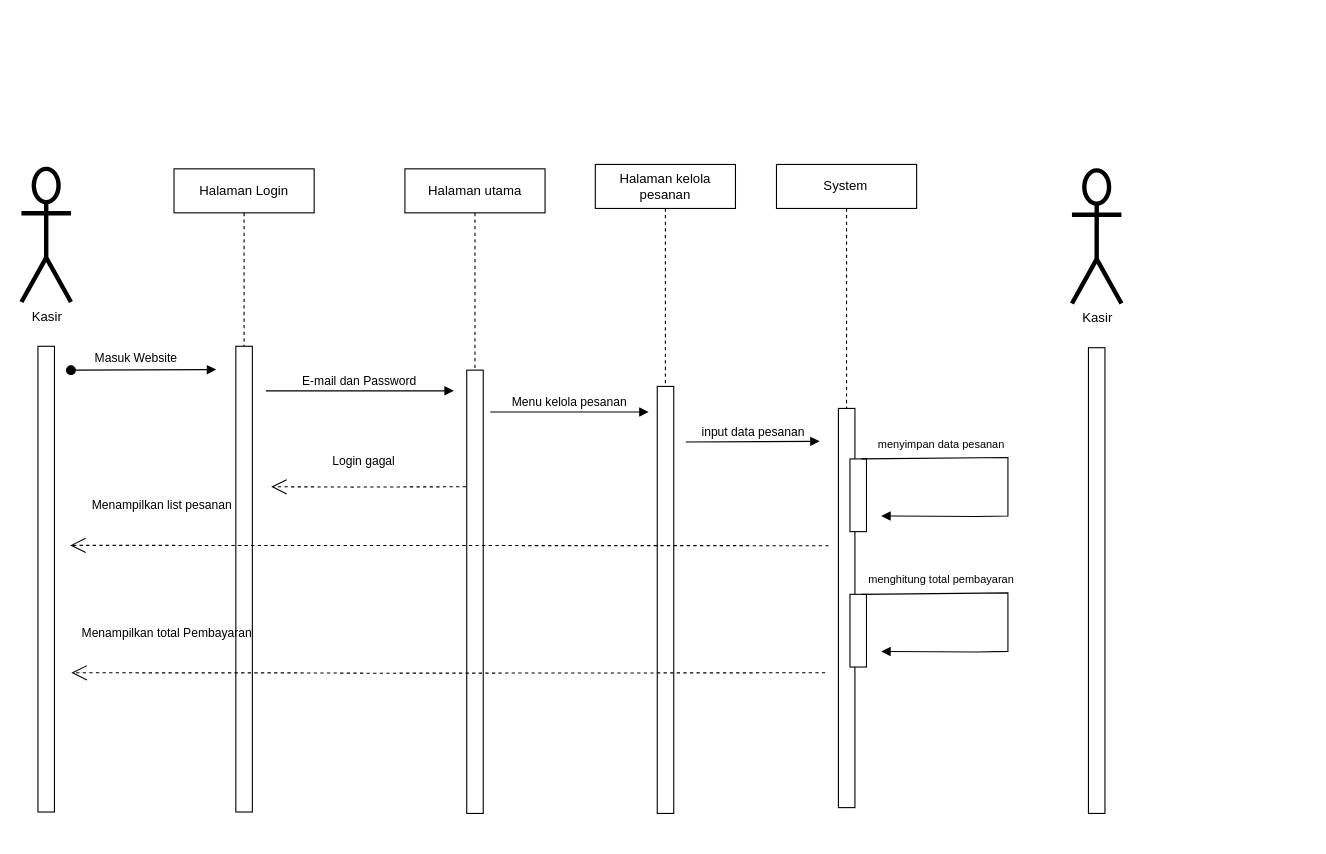
The draw.io diagram page "SEQUENCE DIAGRAM" (4 of 8) of ALL UML.drawio in K35x/si_siblings_uml, before the edit. Source tidied: cells renumbered, new cells numbered last; positions are measured from the earlier drawing's top-left corner, leaving out a move shared by most shapes. Both pictures are drawn from the tidied source at 110%, with x=0, y=0 at pixel (21, 164).
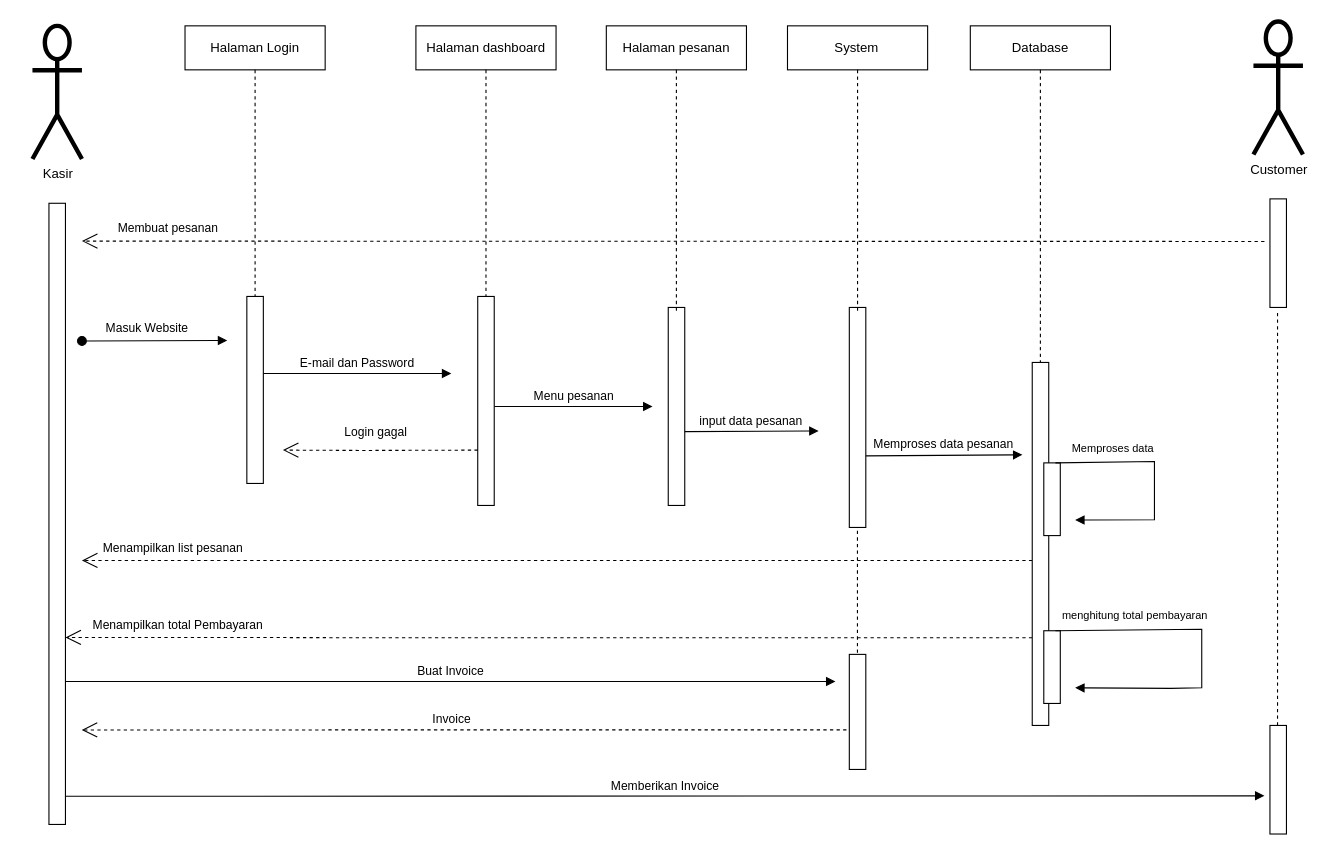
The same page after the edit.

Change to the diagram source:
```diff
@@
-    <mxCell id="2" style="group;" parent="1" vertex="1">
-      <mxGeometry width="1000" height="590" as="geometry" />
-    </mxCell>
-    <mxCell id="3" value="Menu kelola pesanan" style="html=1;verticalAlign=bottom;endArrow=block;curved=0;rounded=0;fontStyle=0;" parent="2" edge="1">
+    <mxCell id="3" value="Menu pesanan" style="html=1;verticalAlign=bottom;endArrow=block;curved=0;rounded=0;fontStyle=0;" parent="1" edge="1">
       <mxGeometry relative="1" as="geometry">
-        <mxPoint x="426.2" y="225.1" as="sourcePoint" />
-        <mxPoint x="570.2" y="225.1" as="targetPoint" />
+        <mxPoint x="429.8" y="220" as="sourcePoint" />
+        <mxPoint x="573.7" y="220" as="targetPoint" />
       </mxGeometry>
     </mxCell>
-    <mxCell id="4" style="html=1;perimeter=orthogonalPerimeter;targetShapes=umlLifeline;newEdgeStyle={&quot;curved&quot;:0,&quot;rounded&quot;:0};fontStyle=0;" parent="2" vertex="1">
-      <mxGeometry x="194.9" y="165.3" width="15" height="423.4" as="geometry" />
+    <mxCell id="4" style="html=1;perimeter=orthogonalPerimeter;targetShapes=umlLifeline;newEdgeStyle={&quot;curved&quot;:0,&quot;rounded&quot;:0};fontStyle=0;" parent="1" vertex="1">
+      <mxGeometry x="204.9" y="120" width="15" height="170" as="geometry" />
     </mxCell>
-    <mxCell id="5" value="Masuk Website" style="html=1;verticalAlign=bottom;startArrow=oval;endArrow=block;startSize=8;curved=0;rounded=0;fontStyle=0;" parent="2" edge="1">
+    <mxCell id="5" value="Masuk Website" style="html=1;verticalAlign=bottom;startArrow=oval;endArrow=block;startSize=8;curved=0;rounded=0;fontStyle=0;" parent="1" edge="1">
       <mxGeometry x="-0.11" y="2" relative="1" as="geometry">
-        <mxPoint x="45" y="187" as="sourcePoint" />
-        <mxPoint x="177.1" y="186.5" as="targetPoint" />
+        <mxPoint x="55" y="160.5" as="sourcePoint" />
+        <mxPoint x="187.1" y="160" as="targetPoint" />
       </mxGeometry>
     </mxCell>
-    <mxCell id="6" value="Kasir" style="shape=umlActor;verticalLabelPosition=bottom;verticalAlign=top;html=1;strokeWidth=4;fontStyle=0;" parent="2" vertex="1">
-      <mxGeometry y="4" width="45" height="121" as="geometry" />
+    <mxCell id="6" value="Kasir" style="shape=umlActor;verticalLabelPosition=bottom;verticalAlign=top;html=1;strokeWidth=4;fontStyle=0;" parent="1" vertex="1">
+      <mxGeometry x="10" y="-126" width="45" height="121" as="geometry" />
     </mxCell>
-    <mxCell id="7" value="E-mail dan Password" style="html=1;verticalAlign=bottom;endArrow=block;curved=0;rounded=0;fontStyle=0;" parent="2" edge="1">
+    <mxCell id="7" value="E-mail dan Password" style="html=1;verticalAlign=bottom;endArrow=block;curved=0;rounded=0;fontStyle=0;" parent="1" edge="1">
       <mxGeometry relative="1" as="geometry">
-        <mxPoint x="222.2" y="205.8" as="sourcePoint" />
-        <mxPoint x="393.1" y="205.8" as="targetPoint" />
+        <mxPoint x="219.9" y="190" as="sourcePoint" />
+        <mxPoint x="390.8" y="190" as="targetPoint" />
       </mxGeometry>
     </mxCell>
-    <mxCell id="8" style="html=1;perimeter=orthogonalPerimeter;targetShapes=umlLifeline;newEdgeStyle={&quot;curved&quot;:0,&quot;rounded&quot;:0};fontStyle=0;" parent="2" vertex="1">
-      <mxGeometry x="404.8" y="187" width="15" height="403" as="geometry" />
+    <mxCell id="8" style="html=1;perimeter=orthogonalPerimeter;targetShapes=umlLifeline;newEdgeStyle={&quot;curved&quot;:0,&quot;rounded&quot;:0};fontStyle=0;" parent="1" vertex="1">
+      <mxGeometry x="414.8" y="120" width="15" height="190" as="geometry" />
     </mxCell>
-    <mxCell id="9" value="Halaman Login" style="shape=umlLifeline;perimeter=lifelinePerimeter;whiteSpace=wrap;html=1;newEdgeStyle={&quot;curved&quot;:0,&quot;rounded&quot;:0};fontStyle=0;" parent="2" vertex="1">
-      <mxGeometry x="138.7" y="4" width="127.4" height="161.3" as="geometry" />
+    <mxCell id="9" value="Halaman Login" style="shape=umlLifeline;perimeter=lifelinePerimeter;whiteSpace=wrap;html=1;newEdgeStyle={&quot;curved&quot;:0,&quot;rounded&quot;:0};fontStyle=0;" parent="1" vertex="1">
+      <mxGeometry x="148.7" y="-126" width="127.4" height="246" as="geometry" />
     </mxCell>
-    <mxCell id="10" value="Halaman utama" style="shape=umlLifeline;perimeter=lifelinePerimeter;whiteSpace=wrap;html=1;newEdgeStyle={&quot;curved&quot;:0,&quot;rounded&quot;:0};fontStyle=0;" parent="2" vertex="1">
-      <mxGeometry x="348.6" y="4" width="127.4" height="182.4" as="geometry" />
+    <mxCell id="10" value="Halaman dashboard" style="shape=umlLifeline;perimeter=lifelinePerimeter;whiteSpace=wrap;html=1;newEdgeStyle={&quot;curved&quot;:0,&quot;rounded&quot;:0};fontStyle=0;" parent="1" vertex="1">
+      <mxGeometry x="358.6" y="-126" width="127.4" height="246" as="geometry" />
     </mxCell>
-    <mxCell id="11" style="html=1;perimeter=orthogonalPerimeter;targetShapes=umlLifeline;newEdgeStyle={&quot;curved&quot;:0,&quot;rounded&quot;:0};fontStyle=0;" parent="2" vertex="1">
-      <mxGeometry x="578" y="201.8" width="15" height="388.2" as="geometry" />
+    <mxCell id="11" style="html=1;perimeter=orthogonalPerimeter;targetShapes=umlLifeline;newEdgeStyle={&quot;curved&quot;:0,&quot;rounded&quot;:0};fontStyle=0;" parent="1" vertex="1">
+      <mxGeometry x="588" y="130" width="15" height="180" as="geometry" />
     </mxCell>
-    <mxCell id="12" value="Halaman kelola pesanan" style="shape=umlLifeline;perimeter=lifelinePerimeter;whiteSpace=wrap;html=1;newEdgeStyle={&quot;curved&quot;:0,&quot;rounded&quot;:0};fontStyle=0;" parent="2" vertex="1">
-      <mxGeometry x="521.7" width="127.4" height="199.8" as="geometry" />
+    <mxCell id="12" value="Halaman pesanan" style="shape=umlLifeline;perimeter=lifelinePerimeter;whiteSpace=wrap;html=1;newEdgeStyle={&quot;curved&quot;:0,&quot;rounded&quot;:0};fontStyle=0;" parent="1" vertex="1">
+      <mxGeometry x="531.7" y="-126" width="127.4" height="260" as="geometry" />
     </mxCell>
-    <mxCell id="13" style="endArrow=open;endFill=1;endSize=12;html=1;rounded=0;dashed=1;fontStyle=0;exitX=0.323;exitY=0.641;exitDx=0;exitDy=0;exitPerimeter=0;" parent="2" edge="1">
-      <mxGeometry relative="1" as="geometry">
-        <mxPoint x="404.1" y="293" as="sourcePoint" />
-        <mxPoint x="227" y="293" as="targetPoint" />
-        <Array as="points">
-          <mxPoint x="301" y="293.3" />
-        </Array>
-      </mxGeometry>
-    </mxCell>
-    <mxCell id="14" value="Login gagal" style="text;strokeColor=none;fillColor=none;align=left;verticalAlign=top;spacingLeft=4;spacingRight=4;overflow=hidden;whiteSpace=wrap;html=1;fontStyle=0;fontSize=11;" parent="2" vertex="1">
-      <mxGeometry x="276.8" y="257" width="88.6" height="34.6" as="geometry" />
-    </mxCell>
-    <mxCell id="15" style="html=1;points=[[0,0,0,0,5],[0,1,0,0,-5],[1,0,0,0,5],[1,1,0,0,-5]];perimeter=orthogonalPerimeter;outlineConnect=0;targetShapes=umlLifeline;portConstraint=eastwest;newEdgeStyle={&quot;curved&quot;:0,&quot;rounded&quot;:0};fontStyle=0;" parent="2" vertex="1">
-      <mxGeometry x="742.7" y="221.8" width="15" height="362.9" as="geometry" />
+    <mxCell id="15" style="html=1;points=[[0,0,0,0,5],[0,1,0,0,-5],[1,0,0,0,5],[1,1,0,0,-5]];perimeter=orthogonalPerimeter;outlineConnect=0;targetShapes=umlLifeline;portConstraint=eastwest;newEdgeStyle={&quot;curved&quot;:0,&quot;rounded&quot;:0};fontStyle=0;" parent="1" vertex="1">
+      <mxGeometry x="752.6" y="130" width="15" height="200" as="geometry" />
     </mxCell>
-    <mxCell id="16" value="System" style="shape=umlLifeline;perimeter=lifelinePerimeter;whiteSpace=wrap;html=1;newEdgeStyle={&quot;curved&quot;:0,&quot;rounded&quot;:0};fontStyle=0;" parent="2" vertex="1">
-      <mxGeometry x="686.4" width="127.4" height="221.8" as="geometry" />
+    <mxCell id="16" value="System" style="shape=umlLifeline;perimeter=lifelinePerimeter;whiteSpace=wrap;html=1;newEdgeStyle={&quot;curved&quot;:0,&quot;rounded&quot;:0};fontStyle=0;" parent="1" vertex="1">
+      <mxGeometry x="696.4" y="-126" width="127.4" height="260" as="geometry" />
     </mxCell>
-    <mxCell id="17" value="input data pesanan" style="html=1;verticalAlign=bottom;endArrow=block;curved=0;rounded=0;fontStyle=0;" parent="2" edge="1">
-      <mxGeometry relative="1" as="geometry">
-        <mxPoint x="603.9" y="252.3" as="sourcePoint" />
-        <mxPoint x="725.7" y="251.7" as="targetPoint" />
+    <mxCell id="17" value="input data pesanan" style="html=1;verticalAlign=bottom;endArrow=block;curved=0;rounded=0;fontStyle=0;" parent="1" edge="1">
+      <mxGeometry x="-0.01" y="1" relative="1" as="geometry">
+        <mxPoint x="603" y="242.9" as="sourcePoint" />
+        <mxPoint x="724.7" y="242.3" as="targetPoint" />
       </mxGeometry>
     </mxCell>
-    <mxCell id="18" style="endArrow=open;endFill=1;endSize=12;html=1;rounded=0;dashed=1;fontStyle=0;" parent="2" edge="1">
+    <mxCell id="18" style="endArrow=open;endFill=1;endSize=12;html=1;rounded=0;dashed=1;fontStyle=0;" parent="1" edge="1" source="32">
       <mxGeometry relative="1" as="geometry">
-        <mxPoint x="730.7" y="462.1" as="sourcePoint" />
-        <mxPoint x="45.4" y="462.1" as="targetPoint" />
+        <mxPoint x="40" y="430" as="targetPoint" />
         <Array as="points">
-          <mxPoint x="317.2" y="462.5" />
-          <mxPoint x="244.3" y="462.2" />
-          <mxPoint x="144.6" y="462.2" />
+          <mxPoint x="311.8" y="430.3" />
+          <mxPoint x="238.9" y="430.1" />
+          <mxPoint x="139.2" y="430.1" />
         </Array>
       </mxGeometry>
     </mxCell>
-    <mxCell id="19" value="Menampilkan total Pembayaran" style="text;strokeColor=none;fillColor=none;align=center;verticalAlign=top;spacingLeft=4;spacingRight=4;overflow=hidden;whiteSpace=wrap;html=1;fontStyle=0;fontSize=11;" parent="2" vertex="1">
-      <mxGeometry x="50.5" y="413.4" width="165.4" height="39.4" as="geometry" />
+    <mxCell id="19" value="Menampilkan total Pembayaran" style="text;strokeColor=none;fillColor=none;align=center;verticalAlign=top;spacingLeft=4;spacingRight=4;overflow=hidden;whiteSpace=wrap;html=1;fontStyle=0;fontSize=11;" parent="1" vertex="1">
+      <mxGeometry x="60" y="406" width="165.4" height="39.4" as="geometry" />
     </mxCell>
-    <mxCell id="20" style="html=1;perimeter=orthogonalPerimeter;targetShapes=umlLifeline;newEdgeStyle={&quot;curved&quot;:0,&quot;rounded&quot;:0};fontStyle=0;" parent="2" vertex="1">
-      <mxGeometry x="15" y="165.3" width="15" height="423.4" as="geometry" />
+    <mxCell id="20" style="html=1;perimeter=orthogonalPerimeter;targetShapes=umlLifeline;newEdgeStyle={&quot;curved&quot;:0,&quot;rounded&quot;:0};fontStyle=0;" parent="1" vertex="1">
+      <mxGeometry x="25" y="35.3" width="15" height="564.7" as="geometry" />
     </mxCell>
-    <mxCell id="21" style="html=1;perimeter=orthogonalPerimeter;targetShapes=umlLifeline;newEdgeStyle={&quot;curved&quot;:0,&quot;rounded&quot;:0};fontStyle=0;" parent="2" vertex="1">
-      <mxGeometry x="753.2" y="267.7" width="15" height="66.1" as="geometry" />
-    </mxCell>
-    <mxCell id="22" value="menyimpan data pesanan" style="html=1;verticalAlign=bottom;endArrow=block;curved=0;rounded=0;fontSize=10;fontStyle=0;" parent="2" edge="1">
-      <mxGeometry x="-0.52" y="4" relative="1" as="geometry">
-        <mxPoint x="763.8" y="267.7" as="sourcePoint" />
-        <mxPoint x="781.6" y="319.6" as="targetPoint" />
-        <Array as="points">
-          <mxPoint x="896.8" y="266.4" />
-          <mxPoint x="896.8" y="293" />
-          <mxPoint x="896.8" y="319.6" />
-          <mxPoint x="868.7" y="320.1" />
-        </Array>
-      </mxGeometry>
-    </mxCell>
-    <mxCell id="23" style="endArrow=open;endFill=1;endSize=12;html=1;rounded=0;dashed=1;fontStyle=0;" parent="2" edge="1">
+    <mxCell id="23" style="endArrow=open;endFill=1;endSize=12;html=1;rounded=0;dashed=1;fontStyle=0;" parent="1" edge="1" source="32">
       <mxGeometry relative="1" as="geometry">
-        <mxPoint x="733.8" y="346.6" as="sourcePoint" />
-        <mxPoint x="44.3" y="346.3" as="targetPoint" />
+        <mxPoint x="55" y="360" as="targetPoint" />
       </mxGeometry>
     </mxCell>
-    <mxCell id="24" value="Menampilkan list pesanan&amp;nbsp;" style="text;strokeColor=none;fillColor=none;align=center;verticalAlign=top;spacingLeft=4;spacingRight=4;overflow=hidden;whiteSpace=wrap;html=1;fontStyle=0;fontSize=11;" parent="2" vertex="1">
-      <mxGeometry x="58.3" y="297" width="143.2" height="39.4" as="geometry" />
+    <mxCell id="24" value="Menampilkan list pesanan&amp;nbsp;" style="text;strokeColor=none;fillColor=none;align=center;verticalAlign=top;spacingLeft=4;spacingRight=4;overflow=hidden;whiteSpace=wrap;html=1;fontStyle=0;fontSize=11;" parent="1" vertex="1">
+      <mxGeometry x="68" y="335.9" width="143.2" height="39.4" as="geometry" />
     </mxCell>
-    <mxCell id="25" style="html=1;perimeter=orthogonalPerimeter;targetShapes=umlLifeline;newEdgeStyle={&quot;curved&quot;:0,&quot;rounded&quot;:0};fontStyle=0;" parent="2" vertex="1">
-      <mxGeometry x="753.2" y="390.8" width="15" height="66.1" as="geometry" />
-    </mxCell>
-    <mxCell id="26" value="menghitung total pembayaran" style="html=1;verticalAlign=bottom;endArrow=block;curved=0;rounded=0;fontSize=10;fontStyle=0;" parent="2" edge="1">
-      <mxGeometry x="-0.52" y="4" relative="1" as="geometry">
-        <mxPoint x="763.8" y="390.8" as="sourcePoint" />
-        <mxPoint x="781.6" y="442.7" as="targetPoint" />
-        <Array as="points">
-          <mxPoint x="896.8" y="389.5" />
-          <mxPoint x="896.8" y="416.1" />
-          <mxPoint x="896.8" y="442.7" />
-          <mxPoint x="868.7" y="443.2" />
-        </Array>
-      </mxGeometry>
-    </mxCell>
-    <mxCell id="27" value="Kasir" style="shape=umlActor;verticalLabelPosition=bottom;verticalAlign=top;html=1;strokeWidth=4;fontStyle=0;" parent="2" vertex="1">
-      <mxGeometry x="955" y="5.4" width="45" height="121" as="geometry" />
+    <mxCell id="27" value="Customer" style="shape=umlActor;verticalLabelPosition=bottom;verticalAlign=top;html=1;strokeWidth=4;fontStyle=0;labelPosition=center;align=center;" parent="1" vertex="1">
+      <mxGeometry x="1120" y="-130" width="45" height="121" as="geometry" />
     </mxCell>
-    <mxCell id="28" style="html=1;perimeter=orthogonalPerimeter;targetShapes=umlLifeline;newEdgeStyle={&quot;curved&quot;:0,&quot;rounded&quot;:0};fontStyle=0;" parent="2" vertex="1">
-      <mxGeometry x="970" y="166.6" width="15" height="423.4" as="geometry" />
+    <mxCell id="28" style="html=1;perimeter=orthogonalPerimeter;targetShapes=umlLifeline;newEdgeStyle={&quot;curved&quot;:0,&quot;rounded&quot;:0};fontStyle=0;" parent="1" vertex="1">
+      <mxGeometry x="1135" y="31.3" width="15" height="98.7" as="geometry" />
     </mxCell>
+    <mxCell id="29" style="group;" parent="1" vertex="1">
+      <mxGeometry x="237.7" y="229.7" width="177.1" height="34.6" as="geometry" />
+    </mxCell>
+    <mxCell id="13" style="endArrow=open;endFill=1;endSize=12;html=1;rounded=0;dashed=1;fontStyle=0;exitX=0.323;exitY=0.641;exitDx=0;exitDy=0;exitPerimeter=0;" parent="29" edge="1">
+      <mxGeometry relative="1" as="geometry">
+        <mxPoint x="177.1" y="30" as="sourcePoint" />
+        <mxPoint y="30" as="targetPoint" />
+        <Array as="points">
+          <mxPoint x="74" y="30.3" />
+        </Array>
+      </mxGeometry>
+    </mxCell>
+    <mxCell id="14" value="Login gagal" style="text;strokeColor=none;fillColor=none;align=left;verticalAlign=top;spacingLeft=4;spacingRight=4;overflow=hidden;whiteSpace=wrap;html=1;fontStyle=0;fontSize=11;" parent="29" vertex="1">
+      <mxGeometry x="49.8" width="88.6" height="34.6" as="geometry" />
+    </mxCell>
+    <mxCell id="30" style="endArrow=open;endFill=1;endSize=12;html=1;rounded=0;dashed=1;fontStyle=0;" parent="1" edge="1">
+      <mxGeometry relative="1" as="geometry">
+        <mxPoint x="1130" y="70" as="sourcePoint" />
+        <mxPoint x="55" y="69.7" as="targetPoint" />
+      </mxGeometry>
+    </mxCell>
+    <mxCell id="31" value="Membuat pesanan" style="text;strokeColor=none;fillColor=none;align=center;verticalAlign=top;spacingLeft=4;spacingRight=4;overflow=hidden;whiteSpace=wrap;html=1;fontStyle=0;fontSize=11;" parent="1" vertex="1">
+      <mxGeometry x="61.7" y="45" width="143.2" height="39.4" as="geometry" />
+    </mxCell>
+    <mxCell id="32" style="html=1;points=[[0,0,0,0,5],[0,1,0,0,-5],[1,0,0,0,5],[1,1,0,0,-5]];perimeter=orthogonalPerimeter;outlineConnect=0;targetShapes=umlLifeline;portConstraint=eastwest;newEdgeStyle={&quot;curved&quot;:0,&quot;rounded&quot;:0};fontStyle=0;" parent="1" vertex="1">
+      <mxGeometry x="918.9" y="180" width="15" height="330" as="geometry" />
+    </mxCell>
+    <mxCell id="33" value="Database" style="shape=umlLifeline;perimeter=lifelinePerimeter;whiteSpace=wrap;html=1;newEdgeStyle={&quot;curved&quot;:0,&quot;rounded&quot;:0};fontStyle=0;" parent="1" vertex="1">
+      <mxGeometry x="862.6" y="-126" width="127.4" height="306" as="geometry" />
+    </mxCell>
+    <mxCell id="34" style="html=1;perimeter=orthogonalPerimeter;targetShapes=umlLifeline;newEdgeStyle={&quot;curved&quot;:0,&quot;rounded&quot;:0};fontStyle=0;" parent="1" vertex="1">
+      <mxGeometry x="929.4" y="271.3" width="15" height="66.1" as="geometry" />
+    </mxCell>
+    <mxCell id="35" value="Memproses data" style="html=1;verticalAlign=bottom;endArrow=block;curved=0;rounded=0;fontSize=10;fontStyle=0;" parent="1" edge="1">
+      <mxGeometry x="-0.52" y="4" relative="1" as="geometry">
+        <mxPoint x="940" y="271.3" as="sourcePoint" />
+        <mxPoint x="957.9" y="323.3" as="targetPoint" />
+        <Array as="points">
+          <mxPoint x="1030" y="270" />
+          <mxPoint x="1030" y="323" />
+        </Array>
+      </mxGeometry>
+    </mxCell>
+    <mxCell id="36" style="html=1;perimeter=orthogonalPerimeter;targetShapes=umlLifeline;newEdgeStyle={&quot;curved&quot;:0,&quot;rounded&quot;:0};fontStyle=0;" parent="1" vertex="1">
+      <mxGeometry x="929.4" y="423.9" width="15" height="66.1" as="geometry" />
+    </mxCell>
+    <mxCell id="26" value="menghitung total pembayaran" style="html=1;verticalAlign=bottom;endArrow=block;curved=0;rounded=0;fontSize=10;fontStyle=0;" parent="1" edge="1">
+      <mxGeometry x="-0.52" y="4" relative="1" as="geometry">
+        <mxPoint x="940" y="423.9" as="sourcePoint" />
+        <mxPoint x="957.9" y="475.8" as="targetPoint" />
+        <Array as="points">
+          <mxPoint x="1073" y="422.6" />
+          <mxPoint x="1073" y="449.2" />
+          <mxPoint x="1073" y="475.8" />
+          <mxPoint x="1044.9" y="476.3" />
+        </Array>
+      </mxGeometry>
+    </mxCell>
+    <mxCell id="37" value="Memproses data pesanan" style="html=1;verticalAlign=bottom;endArrow=block;curved=0;rounded=0;fontStyle=0;" parent="1" edge="1">
+      <mxGeometry x="-0.01" y="1" relative="1" as="geometry">
+        <mxPoint x="767.6" y="264.9" as="sourcePoint" />
+        <mxPoint x="910" y="264" as="targetPoint" />
+      </mxGeometry>
+    </mxCell>
+    <mxCell id="38" style="endArrow=none;dashed=1;html=1;rounded=0;" parent="1" edge="1" target="15">
+      <mxGeometry relative="1" as="geometry">
+        <mxPoint x="760" y="450" as="sourcePoint" />
+      </mxGeometry>
+    </mxCell>
+    <mxCell id="39" style="html=1;perimeter=orthogonalPerimeter;targetShapes=umlLifeline;newEdgeStyle={&quot;curved&quot;:0,&quot;rounded&quot;:0};fontStyle=0;" parent="1" vertex="1">
+      <mxGeometry x="752.6" y="445.4" width="15" height="104.6" as="geometry" />
+    </mxCell>
+    <mxCell id="40" style="endArrow=none;dashed=1;html=1;rounded=0;" parent="1" edge="1" source="41">
+      <mxGeometry relative="1" as="geometry">
+        <mxPoint x="1141.9" y="134" as="targetPoint" />
+      </mxGeometry>
+    </mxCell>
+    <mxCell id="41" style="html=1;points=[[0,0,0,0,5],[0,1,0,0,-5],[1,0,0,0,5],[1,1,0,0,-5]];perimeter=orthogonalPerimeter;outlineConnect=0;targetShapes=umlLifeline;portConstraint=eastwest;newEdgeStyle={&quot;curved&quot;:0,&quot;rounded&quot;:0};fontStyle=0;" parent="1" vertex="1">
+      <mxGeometry x="1135" y="510" width="15" height="98.7" as="geometry" />
+    </mxCell>
+    <mxCell id="42" value="Buat Invoice" style="html=1;verticalAlign=bottom;endArrow=block;curved=0;rounded=0;fontStyle=0;" parent="1" edge="1">
+      <mxGeometry relative="1" as="geometry">
+        <mxPoint x="40" y="470" as="sourcePoint" />
+        <mxPoint x="740" y="470" as="targetPoint" />
+      </mxGeometry>
+    </mxCell>
+    <mxCell id="43" style="endArrow=open;endFill=1;endSize=12;html=1;rounded=0;dashed=1;fontStyle=0;" parent="1" edge="1">
+      <mxGeometry relative="1" as="geometry">
+        <mxPoint x="750" y="514" as="sourcePoint" />
+        <mxPoint x="54.8" y="514.1" as="targetPoint" />
+      </mxGeometry>
+    </mxCell>
+    <mxCell id="44" value="Invoice" style="text;strokeColor=none;fillColor=none;align=center;verticalAlign=top;spacingLeft=4;spacingRight=4;overflow=hidden;whiteSpace=wrap;html=1;fontStyle=0;fontSize=11;" parent="1" vertex="1">
+      <mxGeometry x="320" y="490.6" width="143.2" height="39.4" as="geometry" />
+    </mxCell>
+    <mxCell id="45" value="Memberikan Invoice" style="html=1;verticalAlign=bottom;endArrow=block;curved=0;rounded=0;fontStyle=0;" parent="1" edge="1">
+      <mxGeometry relative="1" as="geometry">
+        <mxPoint x="40" y="574.4" as="sourcePoint" />
+        <mxPoint x="1130" y="574" as="targetPoint" />
+      </mxGeometry>
+    </mxCell>
```
